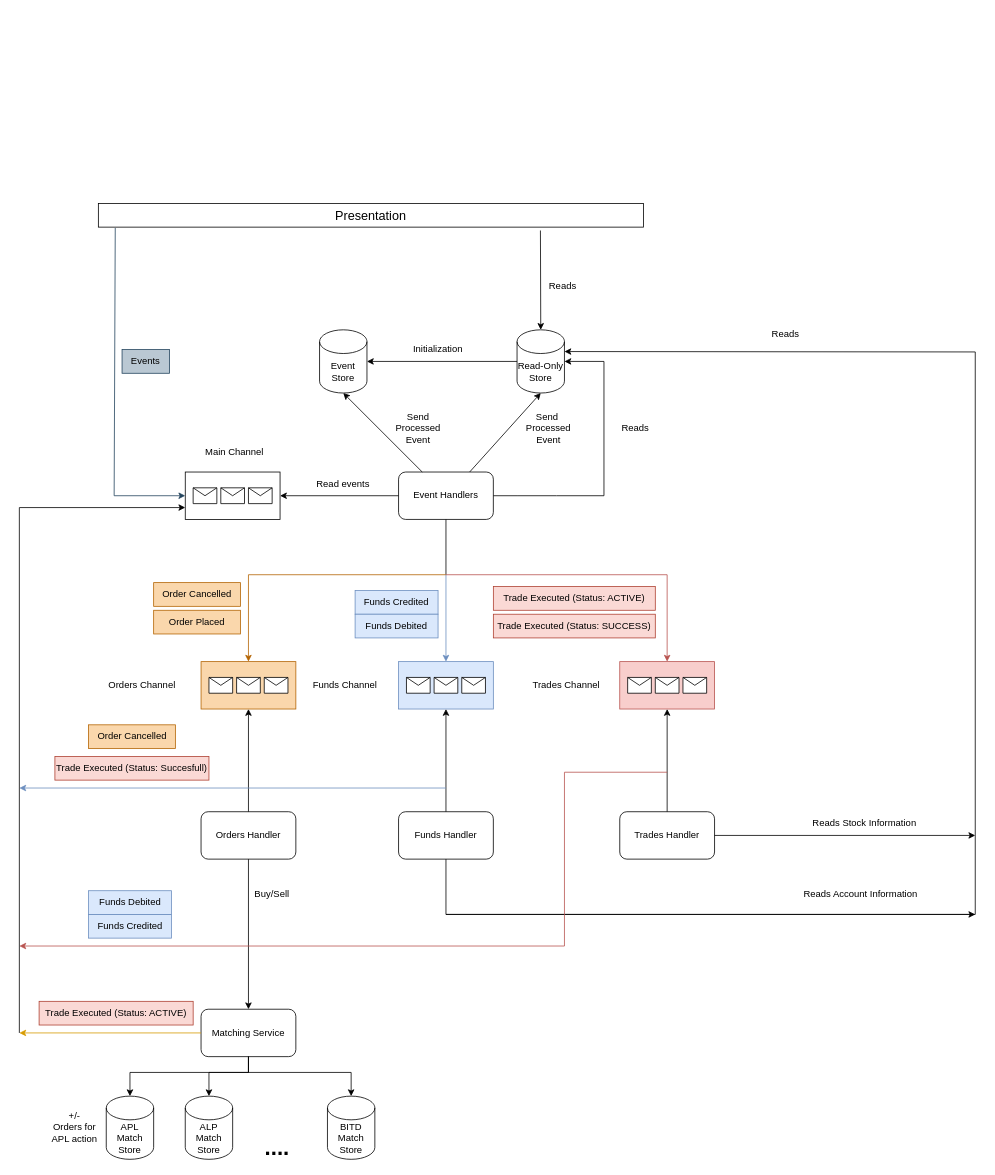
The draw.io diagram docs/trading_system.drawio in Raul072103/TradingApp, before the edit. Source tidied: cells renumbered, new cells numbered last; positions are measured from the earlier drawing's top-left corner, leaving out a move shared by most shapes. Both pictures are drawn from the tidied source at 79%, with x=0, y=0 at pixel (19, 203).
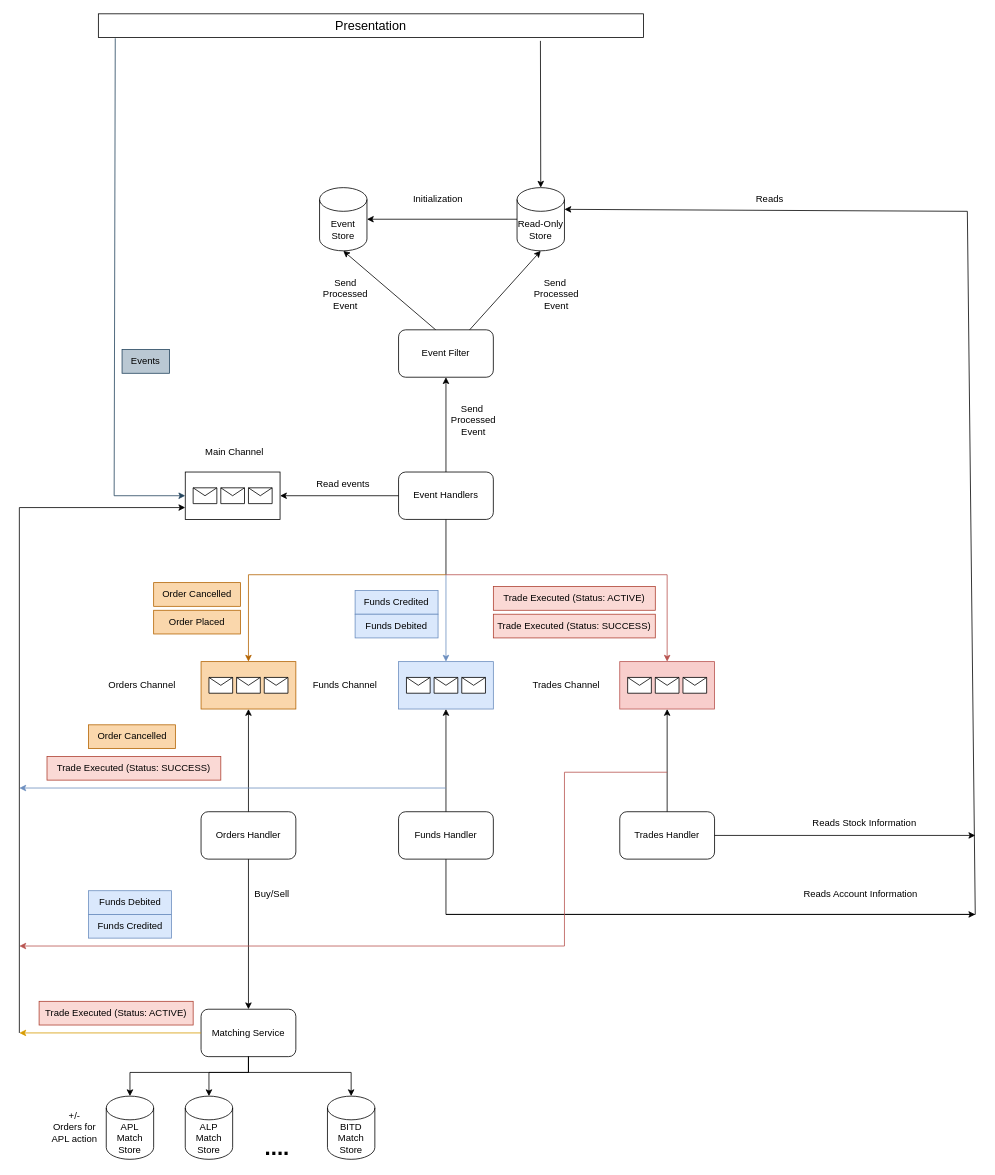
After the change.

The change refers to these unchanged cells:
```xml
<mxCell id="7" value="Event Handlers" style="rounded=1;whiteSpace=wrap;html=1;" parent="1" vertex="1">
  <mxGeometry x="480" y="340" width="120" height="60" as="geometry" />
</mxCell>
<mxCell id="22" value="Funds Handler" style="rounded=1;whiteSpace=wrap;html=1;" parent="1" vertex="1">
  <mxGeometry x="480" y="770" width="120" height="60" as="geometry" />
</mxCell>
```

Diff of the diagram source:
```diff
@@
     <mxCell id="3" value="Event&lt;br&gt;Store" style="shape=cylinder3;whiteSpace=wrap;html=1;boundedLbl=1;backgroundOutline=1;size=15;" parent="1" vertex="1">
-      <mxGeometry x="380" y="160" width="60" height="80" as="geometry" />
+      <mxGeometry x="380" y="-20" width="60" height="80" as="geometry" />
     </mxCell>
     <mxCell id="4" value="Read-Only&lt;br&gt;Store" style="shape=cylinder3;whiteSpace=wrap;html=1;boundedLbl=1;backgroundOutline=1;size=15;" parent="1" vertex="1">
-      <mxGeometry x="630" y="160" width="60" height="80" as="geometry" />
+      <mxGeometry x="630" y="-20" width="60" height="80" as="geometry" />
     </mxCell>
-    <mxCell id="5" style="endArrow=classic;html=1;rounded=0;exitX=0;exitY=0.5;exitDx=0;exitDy=0;exitPerimeter=0;" parent="1" edge="1" source="4">
-      <mxGeometry relative="1" as="geometry">
-        <mxPoint x="440" y="200" as="targetPoint" />
-      </mxGeometry>
+    <mxCell id="5" style="endArrow=classic;html=1;rounded=0;exitX=0;exitY=0.5;exitDx=0;exitDy=0;exitPerimeter=0;entryX=1;entryY=0.5;entryDx=0;entryDy=0;entryPerimeter=0;" parent="1" edge="1" source="4" target="3">
+      <mxGeometry relative="1" as="geometry" />
     </mxCell>
     <mxCell id="6" value="Initialization" style="text;html=1;strokeColor=none;fillColor=none;align=center;verticalAlign=middle;whiteSpace=wrap;rounded=0;" parent="1" vertex="1">
-      <mxGeometry x="500" y="170" width="60" height="30" as="geometry" />
+      <mxGeometry x="500" y="-20" width="60" height="30" as="geometry" />
     </mxCell>
@@
-    <mxCell id="8" style="endArrow=classic;html=1;rounded=0;exitX=0.25;exitY=0;exitDx=0;exitDy=0;entryX=0.5;entryY=1;entryDx=0;entryDy=0;entryPerimeter=0;" parent="1" edge="1" source="7" target="3">
+    <mxCell id="8" style="endArrow=classic;html=1;rounded=0;entryX=0.5;entryY=1;entryDx=0;entryDy=0;entryPerimeter=0;exitX=0.395;exitY=0.006;exitDx=0;exitDy=0;exitPerimeter=0;" parent="1" edge="1" source="82" target="3">
       <mxGeometry relative="1" as="geometry" />
     </mxCell>
-    <mxCell id="9" style="endArrow=classic;html=1;rounded=0;exitX=0.75;exitY=0;exitDx=0;exitDy=0;entryX=0.5;entryY=1;entryDx=0;entryDy=0;entryPerimeter=0;" parent="1" edge="1" source="7" target="4">
-      <mxGeometry relative="1" as="geometry" />
+    <mxCell id="9" style="endArrow=classic;html=1;rounded=0;exitX=0.5;exitY=0;exitDx=0;exitDy=0;" parent="1" edge="1" source="7">
+      <mxGeometry relative="1" as="geometry">
+        <mxPoint x="540" y="220" as="targetPoint" />
+      </mxGeometry>
     </mxCell>
@@
     <mxCell id="13" value="&lt;font style=&quot;font-size: 16px;&quot;&gt;Presentation&lt;/font&gt;" style="rounded=0;whiteSpace=wrap;html=1;" parent="1" vertex="1">
-      <mxGeometry x="100" width="690" height="30" as="geometry" />
+      <mxGeometry x="100" y="-240" width="690" height="30" as="geometry" />
     </mxCell>
@@
     <mxCell id="18" value="Send&lt;br&gt;Processed&lt;br&gt;Event" style="text;html=1;strokeColor=none;fillColor=none;align=center;verticalAlign=middle;whiteSpace=wrap;rounded=0;" parent="1" vertex="1">
-      <mxGeometry x="475" y="270" width="60" height="30" as="geometry" />
+      <mxGeometry x="367.5" y="100" width="90" height="30" as="geometry" />
     </mxCell>
     <mxCell id="19" value="Send&amp;nbsp;&lt;br&gt;Processed&lt;br&gt;Event" style="text;html=1;strokeColor=none;fillColor=none;align=center;verticalAlign=middle;whiteSpace=wrap;rounded=0;" parent="1" vertex="1">
-      <mxGeometry x="640" y="270" width="60" height="30" as="geometry" />
+      <mxGeometry x="650" y="100" width="60" height="30" as="geometry" />
     </mxCell>
@@
-    <mxCell id="39" value="Reads" style="text;html=1;strokeColor=none;fillColor=none;align=center;verticalAlign=middle;whiteSpace=wrap;rounded=0;" parent="1" vertex="1">
-      <mxGeometry x="657.5" y="90" width="60" height="30" as="geometry" />
-    </mxCell>
-    <mxCell id="40" style="endArrow=classic;html=1;rounded=0;entryX=1;entryY=0.5;entryDx=0;entryDy=0;entryPerimeter=0;exitX=1;exitY=0.5;exitDx=0;exitDy=0;" parent="1" edge="1" source="7" target="4">
-      <mxGeometry relative="1" as="geometry">
-        <Array as="points">
-          <mxPoint x="630" y="370" />
-          <mxPoint x="680" y="370" />
-          <mxPoint x="740" y="370" />
-          <mxPoint x="740" y="200" />
-        </Array>
-      </mxGeometry>
-    </mxCell>
-    <mxCell id="41" value="Reads" style="text;html=1;strokeColor=none;fillColor=none;align=center;verticalAlign=middle;whiteSpace=wrap;rounded=0;" parent="1" vertex="1">
-      <mxGeometry x="750" y="270" width="60" height="30" as="geometry" />
-    </mxCell>
@@
     <mxCell id="62" style="endArrow=classic;html=1;rounded=0;exitX=0.5;exitY=1;exitDx=0;exitDy=0;entryX=1;entryY=0;entryDx=0;entryDy=27.5;entryPerimeter=0;" parent="1" edge="1" source="22" target="4">
       <mxGeometry relative="1" as="geometry">
         <Array as="points">
           <mxPoint x="540" y="900" />
           <mxPoint x="1210" y="900" />
-          <mxPoint x="1210" y="188" />
+          <mxPoint x="1200" y="10" />
         </Array>
       </mxGeometry>
     </mxCell>
     <mxCell id="63" value="Reads" style="text;html=1;strokeColor=none;fillColor=none;align=center;verticalAlign=middle;whiteSpace=wrap;rounded=0;" parent="1" vertex="1">
-      <mxGeometry x="900" y="150" width="140" height="30" as="geometry" />
+      <mxGeometry x="880" y="-20" width="140" height="30" as="geometry" />
     </mxCell>
@@
-    <mxCell id="71" value="Trade Executed (Status: Succesfull)" style="text;html=1;strokeColor=#ae4132;fillColor=#fad9d5;align=center;verticalAlign=middle;whiteSpace=wrap;rounded=0;" parent="1" vertex="1">
-      <mxGeometry x="45" y="700" width="195" height="30" as="geometry" />
+    <mxCell id="71" value="Trade Executed (Status: SUCCESS)" style="text;html=1;strokeColor=#ae4132;fillColor=#fad9d5;align=center;verticalAlign=middle;whiteSpace=wrap;rounded=0;" parent="1" vertex="1">
+      <mxGeometry x="35" y="700" width="220" height="30" as="geometry" />
     </mxCell>
@@
+    <mxCell id="82" value="Event Filter" style="rounded=1;whiteSpace=wrap;html=1;" parent="1" vertex="1">
+      <mxGeometry x="480" y="160" width="120" height="60" as="geometry" />
+    </mxCell>
+    <mxCell id="83" style="endArrow=classic;html=1;rounded=0;exitX=0.75;exitY=0;exitDx=0;exitDy=0;entryX=0.5;entryY=1;entryDx=0;entryDy=0;entryPerimeter=0;" parent="1" edge="1" source="82" target="4">
+      <mxGeometry relative="1" as="geometry" />
+    </mxCell>
+    <mxCell id="84" value="Send&amp;nbsp;&lt;br&gt;Processed&lt;br&gt;Event" style="text;html=1;strokeColor=none;fillColor=none;align=center;verticalAlign=middle;whiteSpace=wrap;rounded=0;" parent="1" vertex="1">
+      <mxGeometry x="545" y="260" width="60" height="30" as="geometry" />
+    </mxCell>
```
